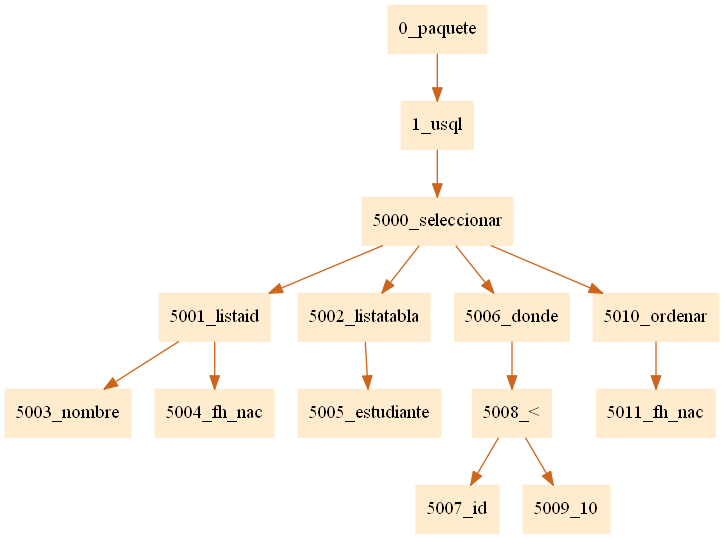
This is pr1Compilarodores2/paquete.png from JamesMelgar/compi2javaccpr1, a Graphviz export, as it was before one commit. Its source is kept beside it as pr1Compilarodores2/paquete.dot.
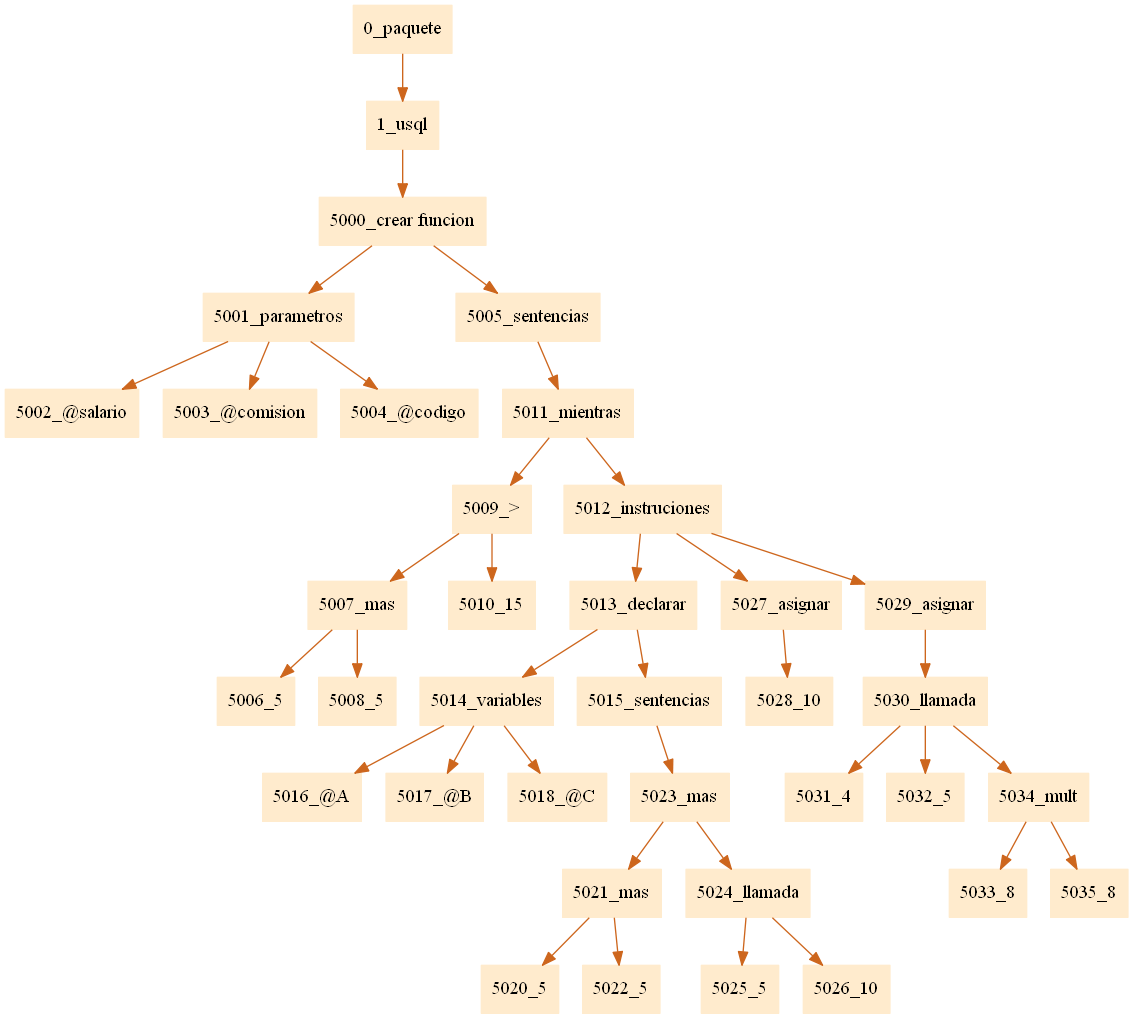
The same file after the commit.

Commit message:
si, mientras y errores de contar

What changed in the source:
```diff
@@ -1,5 +1,5 @@
 digraph G {node[shape=box, style=filled, color=blanchedalmond]; edge[color=chocolate3];rankdir=UD
 
-"0_paquete"->"1_usql""1_usql"->"5000_seleccionar""5000_seleccionar"->"5001_listaid""5001_listaid"->"5003_nombre""5001_listaid"->"5004_fh_nac""5000_seleccionar"->"5002_listatabla""5002_listatabla"->"5005_estudiante""5000_seleccionar"->"5006_donde""5006_donde"->"5008_<""5008_<"->"5007_id""5008_<"->"5009_10""5000_seleccionar"->"5010_ordenar""5010_ordenar"->"5011_fh_nac"
+"0_paquete"->"1_usql""1_usql"->"5000_crear funcion""5000_crear funcion"->"5001_parametros""5001_parametros"->"5002_@salario""5001_parametros"->"5003_@comision""5001_parametros"->"5004_@codigo""5000_crear funcion"->"5005_sentencias""5005_sentencias"->"5011_mientras""5011_mientras"->"5009_>""5009_>"->"5007_mas""5007_mas"->"5006_5""5007_mas"->"5008_5""5009_>"->"5010_15""5011_mientras"->"5012_instruciones""5012_instruciones"->"5013_declarar""5013_declarar"->"5014_variables""5014_variables"->"5016_@A""5014_variables"->"5017_@B""5014_variables"->"5018_@C""5013_declarar"->"5015_sentencias""5015_sentencias"->"5023_mas""5023_mas"->"5021_mas""5021_mas"->"5020_5""5021_mas"->"5022_5""5023_mas"->"5024_llamada""5024_llamada"->"5025_5""5024_llamada"->"5026_10""5012_instruciones"->"5027_asignar""5027_asignar"->"5028_10""5012_instruciones"->"5029_asignar""5029_asignar"->"5030_llamada""5030_llamada"->"5031_4""5030_llamada"->"5032_5""5030_llamada"->"5034_mult""5034_mult"->"5033_8""5034_mult"->"5035_8"
 
 }
```
